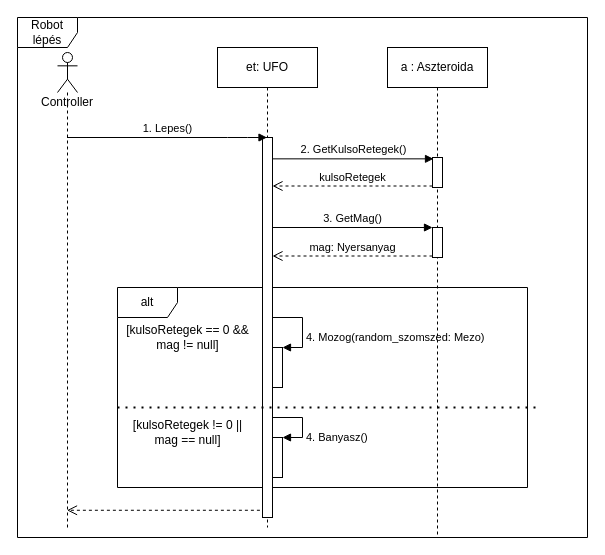
Above: doc/szekvencia/7het_szek_UFOLepes.drawio in torpeBoiGo/aszteroidabanyaszat (draw.io), before the change. Source tidied: cells renumbered, new cells numbered last; positions are measured from the earlier drawing's top-left corner, leaving out a move shared by most shapes. Both pictures are drawn from the tidied source at 100%, with x=0, y=0 at pixel (17, 17).
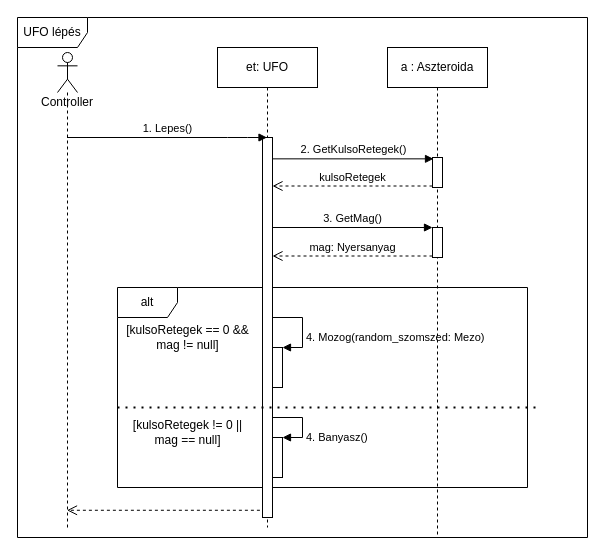
The same diagram, later.

What changed in the source:
```diff
@@
-    <mxCell id="2" value="Robot lépés" style="shape=umlFrame;whiteSpace=wrap;html=1;" parent="1" vertex="1">
+    <mxCell id="2" value="UFO lépés" style="shape=umlFrame;whiteSpace=wrap;html=1;width=70;height=30;" parent="1" vertex="1">
       <mxGeometry width="570" height="520" as="geometry" />
     </mxCell>
```
